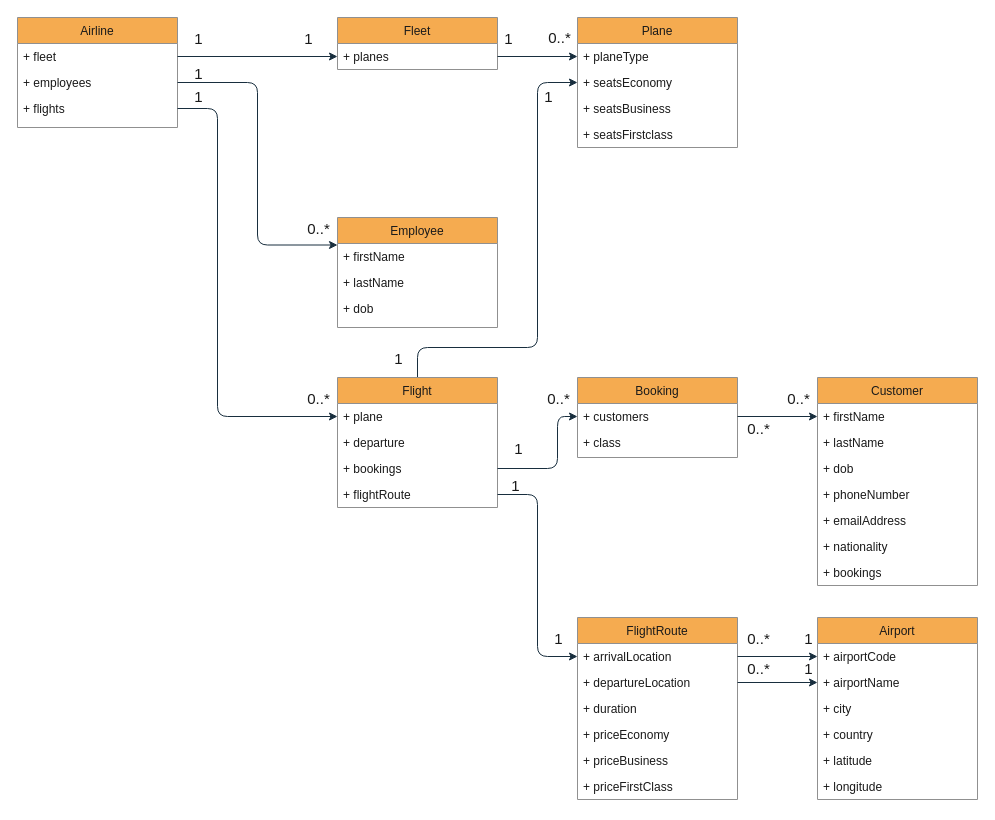
Earlier version of the draw.io diagram docs/classdiagramAirline.drawio (huict/prbed-2122-v2c-teamdit). Source tidied: cells renumbered, new cells numbered last; positions are measured from the earlier drawing's top-left corner, leaving out a move shared by most shapes. Both pictures are drawn from the tidied source at 100%, with x=0, y=0 at pixel (17, 17).
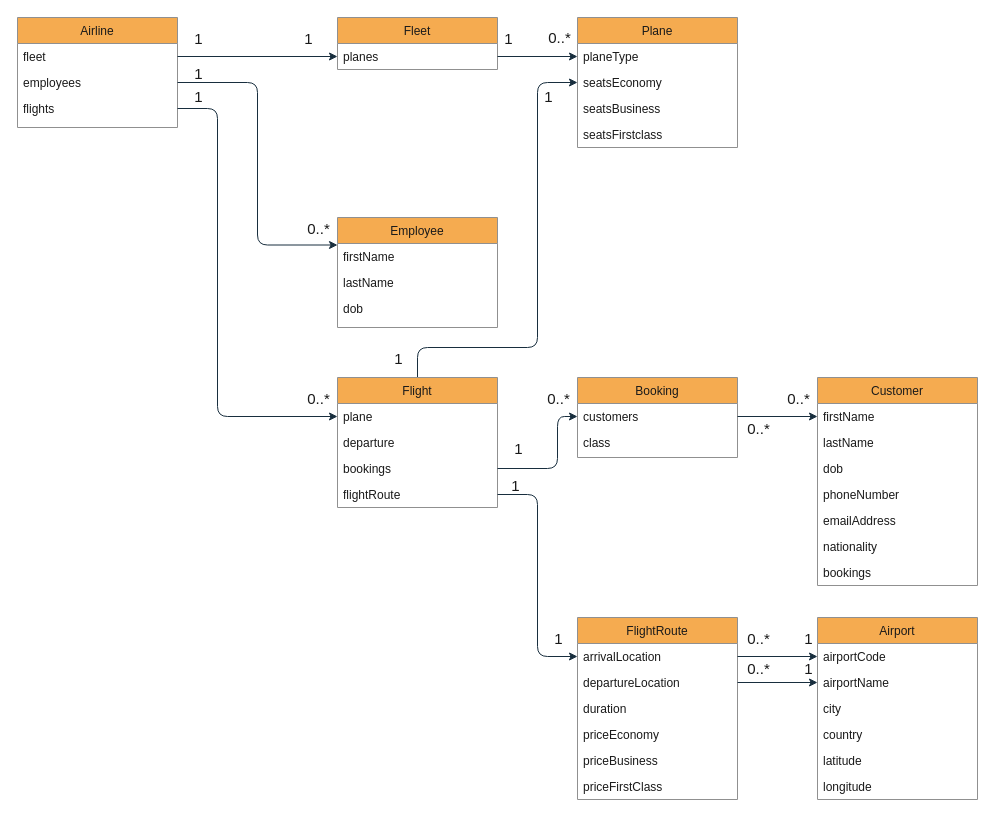
The same diagram, later.

Unchanged cells that the change refers to:
```xml
<mxCell id="2" value="Airline" style="swimlane;fontStyle=0;align=center;verticalAlign=top;horizontal=1;startSize=26;shadow=0;strokeWidth=1;fillColor=#F5AB50;strokeColor=#909090;fontColor=#1A1A1A;" parent="1" vertex="1">
  <mxGeometry width="160" height="110" as="geometry" />
</mxCell>
<mxCell id="6" value="Employee" style="swimlane;fontStyle=0;align=center;verticalAlign=top;horizontal=1;startSize=26;shadow=0;strokeWidth=1;fillColor=#F5AB50;strokeColor=#909090;fontColor=#1A1A1A;" parent="1" vertex="1">
  <mxGeometry x="320" y="200" width="160" height="110" as="geometry" />
</mxCell>
<mxCell id="10" value="Fleet" style="swimlane;fontStyle=0;align=center;verticalAlign=top;horizontal=1;startSize=26;shadow=0;strokeWidth=1;fillColor=#F5AB50;strokeColor=#909090;fontColor=#1A1A1A;" parent="1" vertex="1">
  <mxGeometry x="320" width="160" height="52" as="geometry" />
</mxCell>
<mxCell id="12" value="Plane" style="swimlane;fontStyle=0;align=center;verticalAlign=top;horizontal=1;startSize=26;shadow=0;strokeWidth=1;fillColor=#F5AB50;strokeColor=#909090;fontColor=#1A1A1A;" parent="1" vertex="1">
  <mxGeometry x="560" width="160" height="130" as="geometry" />
</mxCell>
<mxCell id="17" value="Booking" style="swimlane;fontStyle=0;align=center;verticalAlign=top;horizontal=1;startSize=26;shadow=0;strokeWidth=1;fillColor=#F5AB50;strokeColor=#909090;fontColor=#1A1A1A;" parent="1" vertex="1">
  <mxGeometry x="560" y="360" width="160" height="80" as="geometry" />
</mxCell>
<mxCell id="20" value="Customer" style="swimlane;fontStyle=0;align=center;verticalAlign=top;horizontal=1;startSize=26;shadow=0;strokeWidth=1;fillColor=#F5AB50;strokeColor=#909090;fontColor=#1A1A1A;" parent="1" vertex="1">
  <mxGeometry x="800" y="360" width="160" height="208" as="geometry" />
</mxCell>
<mxCell id="29" value="Flight" style="swimlane;fontStyle=0;align=center;verticalAlign=top;horizontal=1;startSize=26;shadow=0;strokeWidth=1;fillColor=#F5AB50;strokeColor=#909090;fontColor=#1A1A1A;" parent="1" vertex="1">
  <mxGeometry x="320" y="360" width="160" height="130" as="geometry" />
</mxCell>
<mxCell id="34" value="FlightRoute" style="swimlane;fontStyle=0;align=center;verticalAlign=top;horizontal=1;startSize=26;shadow=0;strokeWidth=1;fillColor=#F5AB50;strokeColor=#909090;fontColor=#1A1A1A;" parent="1" vertex="1">
  <mxGeometry x="560" y="600" width="160" height="182" as="geometry" />
</mxCell>
<mxCell id="41" value="Airport" style="swimlane;fontStyle=0;align=center;verticalAlign=top;horizontal=1;startSize=26;shadow=0;strokeWidth=1;fillColor=#F5AB50;strokeColor=#909090;fontColor=#1A1A1A;" parent="1" vertex="1">
  <mxGeometry x="800" y="600" width="160" height="182" as="geometry" />
</mxCell>
```

Diff of the diagram source:
```diff
@@
-    <mxCell id="3" value="+ fleet" style="text;align=left;verticalAlign=top;spacingLeft=4;spacingRight=4;overflow=hidden;points=[[0,0.5],[1,0.5]];portConstraint=eastwest;shadow=0;html=0;fontColor=#1A1A1A;" parent="2" vertex="1">
+    <mxCell id="3" value="fleet" style="text;align=left;verticalAlign=top;spacingLeft=4;spacingRight=4;overflow=hidden;points=[[0,0.5],[1,0.5]];portConstraint=eastwest;shadow=0;html=0;fontColor=#1A1A1A;" parent="2" vertex="1">
       <mxGeometry y="26" width="160" height="26" as="geometry" />
     </mxCell>
-    <mxCell id="4" value="+ employees" style="text;align=left;verticalAlign=top;spacingLeft=4;spacingRight=4;overflow=hidden;points=[[0,0.5],[1,0.5]];portConstraint=eastwest;shadow=0;html=0;fontColor=#1A1A1A;" parent="2" vertex="1">
+    <mxCell id="4" value="employees" style="text;align=left;verticalAlign=top;spacingLeft=4;spacingRight=4;overflow=hidden;points=[[0,0.5],[1,0.5]];portConstraint=eastwest;shadow=0;html=0;fontColor=#1A1A1A;" parent="2" vertex="1">
       <mxGeometry y="52" width="160" height="26" as="geometry" />
     </mxCell>
-    <mxCell id="5" value="+ flights" style="text;align=left;verticalAlign=top;spacingLeft=4;spacingRight=4;overflow=hidden;points=[[0,0.5],[1,0.5]];portConstraint=eastwest;shadow=0;html=0;fontColor=#1A1A1A;" parent="2" vertex="1">
+    <mxCell id="5" value="flights" style="text;align=left;verticalAlign=top;spacingLeft=4;spacingRight=4;overflow=hidden;points=[[0,0.5],[1,0.5]];portConstraint=eastwest;shadow=0;html=0;fontColor=#1A1A1A;" parent="2" vertex="1">
       <mxGeometry y="78" width="160" height="26" as="geometry" />
     </mxCell>
@@
-    <mxCell id="7" value="+ firstName" style="text;align=left;verticalAlign=top;spacingLeft=4;spacingRight=4;overflow=hidden;fontColor=#1A1A1A;" parent="6" vertex="1">
+    <mxCell id="7" value="firstName" style="text;align=left;verticalAlign=top;spacingLeft=4;spacingRight=4;overflow=hidden;fontColor=#1A1A1A;" parent="6" vertex="1">
       <mxGeometry y="26" width="160" height="26" as="geometry" />
     </mxCell>
-    <mxCell id="8" value="+ lastName" style="text;align=left;verticalAlign=top;spacingLeft=4;spacingRight=4;overflow=hidden;shadow=0;html=0;fontColor=#1A1A1A;" parent="6" vertex="1">
+    <mxCell id="8" value="lastName" style="text;align=left;verticalAlign=top;spacingLeft=4;spacingRight=4;overflow=hidden;shadow=0;html=0;fontColor=#1A1A1A;" parent="6" vertex="1">
       <mxGeometry y="52" width="160" height="26" as="geometry" />
     </mxCell>
-    <mxCell id="9" value="+ dob" style="text;align=left;verticalAlign=top;spacingLeft=4;spacingRight=4;overflow=hidden;shadow=0;html=0;fontColor=#1A1A1A;" parent="6" vertex="1">
+    <mxCell id="9" value="dob" style="text;align=left;verticalAlign=top;spacingLeft=4;spacingRight=4;overflow=hidden;shadow=0;html=0;fontColor=#1A1A1A;" parent="6" vertex="1">
       <mxGeometry y="78" width="160" height="26" as="geometry" />
     </mxCell>
@@
-    <mxCell id="11" value="+ planes" style="text;align=left;verticalAlign=top;spacingLeft=4;spacingRight=4;overflow=hidden;points=[[0,0.5],[1,0.5]];portConstraint=eastwest;fontColor=#1A1A1A;" parent="10" vertex="1">
+    <mxCell id="11" value="planes" style="text;align=left;verticalAlign=top;spacingLeft=4;spacingRight=4;overflow=hidden;points=[[0,0.5],[1,0.5]];portConstraint=eastwest;fontColor=#1A1A1A;" parent="10" vertex="1">
       <mxGeometry y="26" width="160" height="26" as="geometry" />
     </mxCell>
@@
-    <mxCell id="13" value="+ planeType" style="text;align=left;verticalAlign=top;spacingLeft=4;spacingRight=4;overflow=hidden;points=[[0,0.5],[1,0.5]];portConstraint=eastwest;fontColor=#1A1A1A;" parent="12" vertex="1">
+    <mxCell id="13" value="planeType" style="text;align=left;verticalAlign=top;spacingLeft=4;spacingRight=4;overflow=hidden;points=[[0,0.5],[1,0.5]];portConstraint=eastwest;fontColor=#1A1A1A;" parent="12" vertex="1">
       <mxGeometry y="26" width="160" height="26" as="geometry" />
     </mxCell>
-    <mxCell id="14" value="+ seatsEconomy" style="text;align=left;verticalAlign=top;spacingLeft=4;spacingRight=4;overflow=hidden;points=[[0,0.5],[1,0.5]];portConstraint=eastwest;shadow=0;html=0;fontColor=#1A1A1A;" parent="12" vertex="1">
+    <mxCell id="14" value="seatsEconomy" style="text;align=left;verticalAlign=top;spacingLeft=4;spacingRight=4;overflow=hidden;points=[[0,0.5],[1,0.5]];portConstraint=eastwest;shadow=0;html=0;fontColor=#1A1A1A;" parent="12" vertex="1">
       <mxGeometry y="52" width="160" height="26" as="geometry" />
     </mxCell>
-    <mxCell id="15" value="+ seatsBusiness" style="text;align=left;verticalAlign=top;spacingLeft=4;spacingRight=4;overflow=hidden;shadow=0;html=0;fontColor=#1A1A1A;" parent="12" vertex="1">
+    <mxCell id="15" value="seatsBusiness" style="text;align=left;verticalAlign=top;spacingLeft=4;spacingRight=4;overflow=hidden;shadow=0;html=0;fontColor=#1A1A1A;" parent="12" vertex="1">
       <mxGeometry y="78" width="160" height="26" as="geometry" />
     </mxCell>
-    <mxCell id="16" value="+ seatsFirstclass" style="text;align=left;verticalAlign=top;spacingLeft=4;spacingRight=4;overflow=hidden;shadow=0;html=0;fontColor=#1A1A1A;" parent="12" vertex="1">
+    <mxCell id="16" value="seatsFirstclass" style="text;align=left;verticalAlign=top;spacingLeft=4;spacingRight=4;overflow=hidden;shadow=0;html=0;fontColor=#1A1A1A;" parent="12" vertex="1">
       <mxGeometry y="104" width="160" height="26" as="geometry" />
     </mxCell>
@@
-    <mxCell id="18" value="+ customers" style="text;align=left;verticalAlign=top;spacingLeft=4;spacingRight=4;overflow=hidden;points=[[0,0.5],[1,0.5]];portConstraint=eastwest;fontColor=#1A1A1A;" parent="17" vertex="1">
+    <mxCell id="18" value="customers" style="text;align=left;verticalAlign=top;spacingLeft=4;spacingRight=4;overflow=hidden;points=[[0,0.5],[1,0.5]];portConstraint=eastwest;fontColor=#1A1A1A;" parent="17" vertex="1">
       <mxGeometry y="26" width="160" height="26" as="geometry" />
     </mxCell>
-    <mxCell id="19" value="+ class" style="text;align=left;verticalAlign=top;spacingLeft=4;spacingRight=4;overflow=hidden;fontColor=#1A1A1A;" parent="17" vertex="1">
+    <mxCell id="19" value="class" style="text;align=left;verticalAlign=top;spacingLeft=4;spacingRight=4;overflow=hidden;fontColor=#1A1A1A;" parent="17" vertex="1">
       <mxGeometry y="52" width="160" height="26" as="geometry" />
     </mxCell>
@@
-    <mxCell id="21" value="+ firstName" style="text;align=left;verticalAlign=top;spacingLeft=4;spacingRight=4;overflow=hidden;points=[[0,0.5],[1,0.5]];portConstraint=eastwest;fontColor=#1A1A1A;" parent="20" vertex="1">
+    <mxCell id="21" value="firstName" style="text;align=left;verticalAlign=top;spacingLeft=4;spacingRight=4;overflow=hidden;points=[[0,0.5],[1,0.5]];portConstraint=eastwest;fontColor=#1A1A1A;" parent="20" vertex="1">
       <mxGeometry y="26" width="160" height="26" as="geometry" />
     </mxCell>
-    <mxCell id="22" value="+ lastName" style="text;align=left;verticalAlign=top;spacingLeft=4;spacingRight=4;overflow=hidden;fontColor=#1A1A1A;" parent="20" vertex="1">
+    <mxCell id="22" value="lastName" style="text;align=left;verticalAlign=top;spacingLeft=4;spacingRight=4;overflow=hidden;fontColor=#1A1A1A;" parent="20" vertex="1">
       <mxGeometry y="52" width="160" height="26" as="geometry" />
     </mxCell>
-    <mxCell id="23" value="+ dob" style="text;align=left;verticalAlign=top;spacingLeft=4;spacingRight=4;overflow=hidden;fontColor=#1A1A1A;" parent="20" vertex="1">
+    <mxCell id="23" value="dob" style="text;align=left;verticalAlign=top;spacingLeft=4;spacingRight=4;overflow=hidden;fontColor=#1A1A1A;" parent="20" vertex="1">
       <mxGeometry y="78" width="160" height="26" as="geometry" />
     </mxCell>
-    <mxCell id="24" value="+ phoneNumber" style="text;align=left;verticalAlign=top;spacingLeft=4;spacingRight=4;overflow=hidden;fontColor=#1A1A1A;" parent="20" vertex="1">
+    <mxCell id="24" value="phoneNumber" style="text;align=left;verticalAlign=top;spacingLeft=4;spacingRight=4;overflow=hidden;fontColor=#1A1A1A;" parent="20" vertex="1">
       <mxGeometry y="104" width="160" height="26" as="geometry" />
     </mxCell>
-    <mxCell id="25" value="+ emailAddress" style="text;align=left;verticalAlign=top;spacingLeft=4;spacingRight=4;overflow=hidden;fontColor=#1A1A1A;" parent="20" vertex="1">
+    <mxCell id="25" value="emailAddress" style="text;align=left;verticalAlign=top;spacingLeft=4;spacingRight=4;overflow=hidden;fontColor=#1A1A1A;" parent="20" vertex="1">
       <mxGeometry y="130" width="160" height="26" as="geometry" />
     </mxCell>
-    <mxCell id="26" value="+ nationality" style="text;align=left;verticalAlign=top;spacingLeft=4;spacingRight=4;overflow=hidden;fontColor=#1A1A1A;" parent="20" vertex="1">
+    <mxCell id="26" value="nationality" style="text;align=left;verticalAlign=top;spacingLeft=4;spacingRight=4;overflow=hidden;fontColor=#1A1A1A;" parent="20" vertex="1">
       <mxGeometry y="156" width="160" height="26" as="geometry" />
     </mxCell>
-    <mxCell id="27" value="+ bookings" style="text;align=left;verticalAlign=top;spacingLeft=4;spacingRight=4;overflow=hidden;fontColor=#1A1A1A;" parent="20" vertex="1">
+    <mxCell id="27" value="bookings" style="text;align=left;verticalAlign=top;spacingLeft=4;spacingRight=4;overflow=hidden;fontColor=#1A1A1A;" parent="20" vertex="1">
       <mxGeometry y="182" width="160" height="26" as="geometry" />
     </mxCell>
@@
-    <mxCell id="30" value="+ plane" style="text;align=left;verticalAlign=top;spacingLeft=4;spacingRight=4;overflow=hidden;points=[[0,0.5],[1,0.5]];portConstraint=eastwest;fontColor=#1A1A1A;" parent="29" vertex="1">
+    <mxCell id="30" value="plane" style="text;align=left;verticalAlign=top;spacingLeft=4;spacingRight=4;overflow=hidden;points=[[0,0.5],[1,0.5]];portConstraint=eastwest;fontColor=#1A1A1A;" parent="29" vertex="1">
       <mxGeometry y="26" width="160" height="26" as="geometry" />
     </mxCell>
-    <mxCell id="31" value="+ departure" style="text;align=left;verticalAlign=top;spacingLeft=4;spacingRight=4;overflow=hidden;fontColor=#1A1A1A;" parent="29" vertex="1">
+    <mxCell id="31" value="departure" style="text;align=left;verticalAlign=top;spacingLeft=4;spacingRight=4;overflow=hidden;fontColor=#1A1A1A;" parent="29" vertex="1">
       <mxGeometry y="52" width="160" height="26" as="geometry" />
     </mxCell>
-    <mxCell id="32" value="+ bookings" style="text;align=left;verticalAlign=top;spacingLeft=4;spacingRight=4;overflow=hidden;points=[[0,0.5],[1,0.5]];portConstraint=eastwest;fontColor=#1A1A1A;" parent="29" vertex="1">
+    <mxCell id="32" value="bookings" style="text;align=left;verticalAlign=top;spacingLeft=4;spacingRight=4;overflow=hidden;points=[[0,0.5],[1,0.5]];portConstraint=eastwest;fontColor=#1A1A1A;" parent="29" vertex="1">
       <mxGeometry y="78" width="160" height="26" as="geometry" />
     </mxCell>
-    <mxCell id="33" value="+ flightRoute" style="text;align=left;verticalAlign=top;spacingLeft=4;spacingRight=4;overflow=hidden;points=[[0,0.5],[1,0.5]];portConstraint=eastwest;fontColor=#1A1A1A;" parent="29" vertex="1">
+    <mxCell id="33" value="flightRoute" style="text;align=left;verticalAlign=top;spacingLeft=4;spacingRight=4;overflow=hidden;points=[[0,0.5],[1,0.5]];portConstraint=eastwest;fontColor=#1A1A1A;" parent="29" vertex="1">
       <mxGeometry y="104" width="160" height="26" as="geometry" />
     </mxCell>
@@
-    <mxCell id="35" value="+ arrivalLocation" style="text;align=left;verticalAlign=top;spacingLeft=4;spacingRight=4;overflow=hidden;points=[[0,0.5],[1,0.5]];portConstraint=eastwest;fontColor=#1A1A1A;" parent="34" vertex="1">
+    <mxCell id="35" value="arrivalLocation" style="text;align=left;verticalAlign=top;spacingLeft=4;spacingRight=4;overflow=hidden;points=[[0,0.5],[1,0.5]];portConstraint=eastwest;fontColor=#1A1A1A;" parent="34" vertex="1">
       <mxGeometry y="26" width="160" height="26" as="geometry" />
     </mxCell>
-    <mxCell id="36" value="+ departureLocation" style="text;align=left;verticalAlign=top;spacingLeft=4;spacingRight=4;overflow=hidden;points=[[0,0.5],[1,0.5]];portConstraint=eastwest;fontColor=#1A1A1A;" parent="34" vertex="1">
+    <mxCell id="36" value="departureLocation" style="text;align=left;verticalAlign=top;spacingLeft=4;spacingRight=4;overflow=hidden;points=[[0,0.5],[1,0.5]];portConstraint=eastwest;fontColor=#1A1A1A;" parent="34" vertex="1">
       <mxGeometry y="52" width="160" height="26" as="geometry" />
     </mxCell>
-    <mxCell id="37" value="+ duration" style="text;align=left;verticalAlign=top;spacingLeft=4;spacingRight=4;overflow=hidden;fontColor=#1A1A1A;" parent="34" vertex="1">
+    <mxCell id="37" value="duration" style="text;align=left;verticalAlign=top;spacingLeft=4;spacingRight=4;overflow=hidden;fontColor=#1A1A1A;" parent="34" vertex="1">
       <mxGeometry y="78" width="160" height="26" as="geometry" />
     </mxCell>
-    <mxCell id="38" value="+ priceEconomy" style="text;align=left;verticalAlign=top;spacingLeft=4;spacingRight=4;overflow=hidden;fontColor=#1A1A1A;" parent="34" vertex="1">
+    <mxCell id="38" value="priceEconomy" style="text;align=left;verticalAlign=top;spacingLeft=4;spacingRight=4;overflow=hidden;fontColor=#1A1A1A;" parent="34" vertex="1">
       <mxGeometry y="104" width="160" height="26" as="geometry" />
     </mxCell>
-    <mxCell id="39" value="+ priceBusiness" style="text;align=left;verticalAlign=top;spacingLeft=4;spacingRight=4;overflow=hidden;fontColor=#1A1A1A;" parent="34" vertex="1">
+    <mxCell id="39" value="priceBusiness" style="text;align=left;verticalAlign=top;spacingLeft=4;spacingRight=4;overflow=hidden;fontColor=#1A1A1A;" parent="34" vertex="1">
       <mxGeometry y="130" width="160" height="26" as="geometry" />
     </mxCell>
-    <mxCell id="40" value="+ priceFirstClass" style="text;align=left;verticalAlign=top;spacingLeft=4;spacingRight=4;overflow=hidden;fontColor=#1A1A1A;" parent="34" vertex="1">
+    <mxCell id="40" value="priceFirstClass" style="text;align=left;verticalAlign=top;spacingLeft=4;spacingRight=4;overflow=hidden;fontColor=#1A1A1A;" parent="34" vertex="1">
       <mxGeometry y="156" width="160" height="26" as="geometry" />
     </mxCell>
@@
-    <mxCell id="42" value="+ airportCode" style="text;align=left;verticalAlign=top;spacingLeft=4;spacingRight=4;overflow=hidden;points=[[0,0.5],[1,0.5]];portConstraint=eastwest;fontColor=#1A1A1A;" parent="41" vertex="1">
+    <mxCell id="42" value="airportCode" style="text;align=left;verticalAlign=top;spacingLeft=4;spacingRight=4;overflow=hidden;points=[[0,0.5],[1,0.5]];portConstraint=eastwest;fontColor=#1A1A1A;" parent="41" vertex="1">
       <mxGeometry y="26" width="160" height="26" as="geometry" />
     </mxCell>
-    <mxCell id="43" value="+ airportName" style="text;align=left;verticalAlign=top;spacingLeft=4;spacingRight=4;overflow=hidden;points=[[0,0.5],[1,0.5]];portConstraint=eastwest;fontColor=#1A1A1A;" parent="41" vertex="1">
+    <mxCell id="43" value="airportName" style="text;align=left;verticalAlign=top;spacingLeft=4;spacingRight=4;overflow=hidden;points=[[0,0.5],[1,0.5]];portConstraint=eastwest;fontColor=#1A1A1A;" parent="41" vertex="1">
       <mxGeometry y="52" width="160" height="26" as="geometry" />
     </mxCell>
-    <mxCell id="44" value="+ city" style="text;align=left;verticalAlign=top;spacingLeft=4;spacingRight=4;overflow=hidden;fontColor=#1A1A1A;" parent="41" vertex="1">
+    <mxCell id="44" value="city" style="text;align=left;verticalAlign=top;spacingLeft=4;spacingRight=4;overflow=hidden;fontColor=#1A1A1A;" parent="41" vertex="1">
       <mxGeometry y="78" width="160" height="26" as="geometry" />
     </mxCell>
-    <mxCell id="45" value="+ country" style="text;align=left;verticalAlign=top;spacingLeft=4;spacingRight=4;overflow=hidden;fontColor=#1A1A1A;" parent="41" vertex="1">
+    <mxCell id="45" value="country" style="text;align=left;verticalAlign=top;spacingLeft=4;spacingRight=4;overflow=hidden;fontColor=#1A1A1A;" parent="41" vertex="1">
       <mxGeometry y="104" width="160" height="26" as="geometry" />
     </mxCell>
-    <mxCell id="46" value="+ latitude" style="text;align=left;verticalAlign=top;spacingLeft=4;spacingRight=4;overflow=hidden;fontColor=#1A1A1A;" parent="41" vertex="1">
+    <mxCell id="46" value="latitude" style="text;align=left;verticalAlign=top;spacingLeft=4;spacingRight=4;overflow=hidden;fontColor=#1A1A1A;" parent="41" vertex="1">
       <mxGeometry y="130" width="160" height="26" as="geometry" />
     </mxCell>
-    <mxCell id="47" value="+ longitude" style="text;align=left;verticalAlign=top;spacingLeft=4;spacingRight=4;overflow=hidden;fontColor=#1A1A1A;" parent="41" vertex="1">
+    <mxCell id="47" value="longitude" style="text;align=left;verticalAlign=top;spacingLeft=4;spacingRight=4;overflow=hidden;fontColor=#1A1A1A;" parent="41" vertex="1">
       <mxGeometry y="156" width="160" height="26" as="geometry" />
     </mxCell>
```
